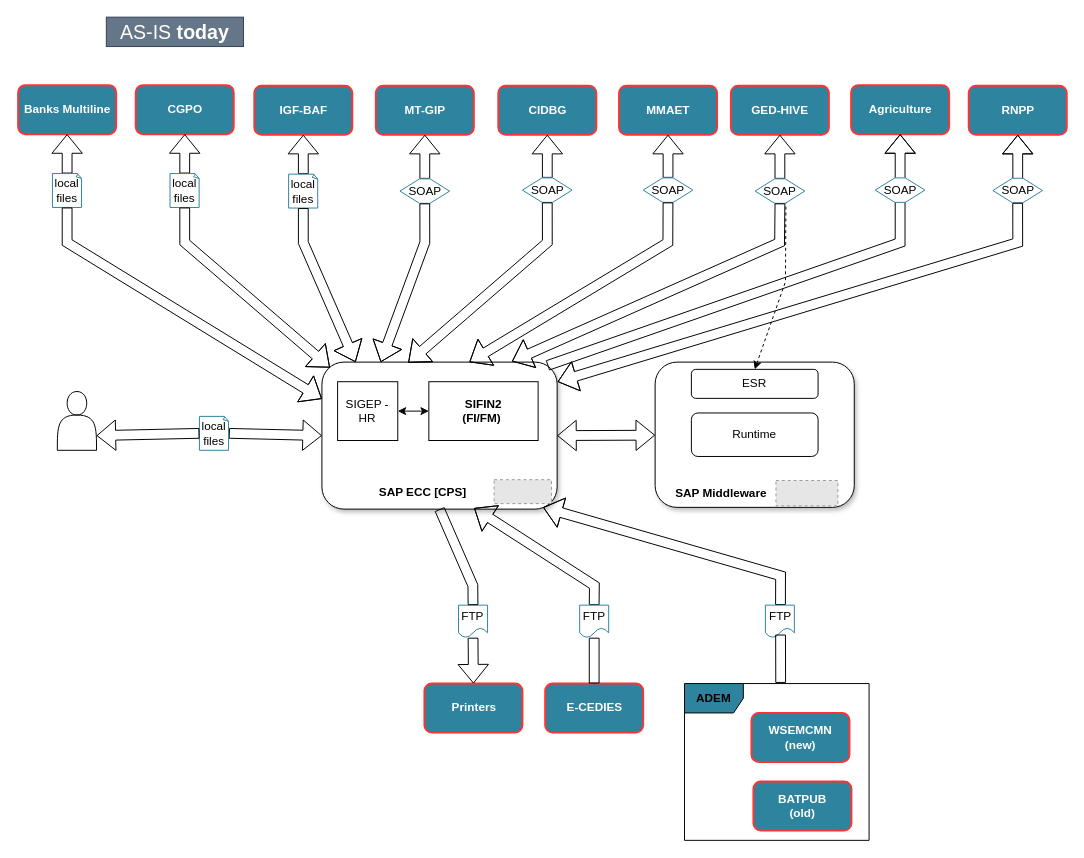
Before: page "AsIs-Today" (1 of 3) of my_diagram.drawio in efelman/my_diagrams, a draw.io diagram. Source tidied: cells renumbered, new cells numbered last; positions are measured from the earlier drawing's top-left corner, leaving out a move shared by most shapes. Both pictures are drawn from the tidied source at 98%, with x=0, y=0 at pixel (18, 17). Pictures stored in the file or linked from it are replaced by grey dashed boxes.
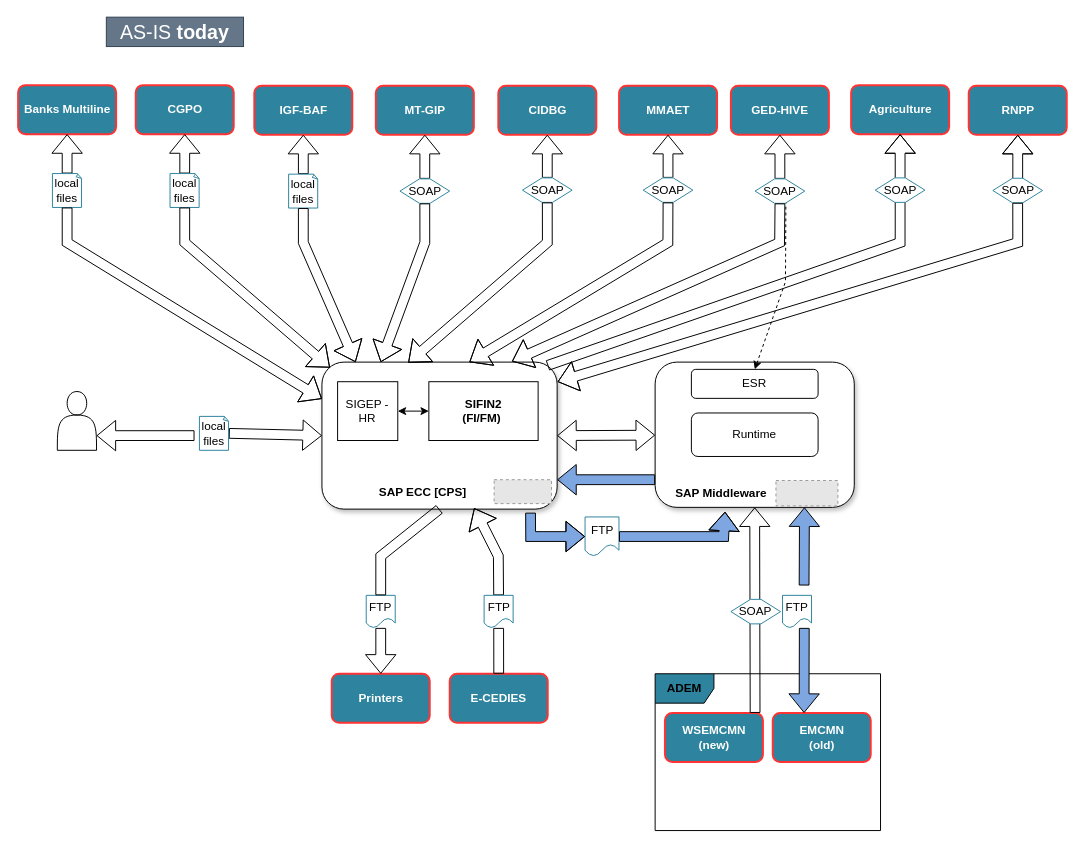
The same diagram, later.

Unchanged cells that the change refers to:
```xml
<mxCell id="3" style="group;" parent="1" vertex="1">
  <mxGeometry x="310" y="250" width="550" height="250.2" as="geometry" />
</mxCell>
<mxCell id="5" style="rounded=1;whiteSpace=wrap;html=1;shadow=1;" parent="4" vertex="1">
  <mxGeometry width="203.2" height="148.2" as="geometry" />
</mxCell>
<mxCell id="11" style="shape=actor;whiteSpace=wrap;html=1;" parent="1" vertex="1">
  <mxGeometry x="40" y="382" width="40" height="60" as="geometry" />
</mxCell>
<mxCell id="14" style="rounded=1;whiteSpace=wrap;html=1;shadow=1;glass=0;sketch=0;" parent="13" vertex="1">
  <mxGeometry width="240" height="150" as="geometry" />
</mxCell>
<mxCell id="53" value="local files" style="whiteSpace=wrap;html=1;shape=mxgraph.basic.document;strokeColor=#2E849E;" parent="1" vertex="1">
  <mxGeometry x="185" y="407.4" width="30" height="34.6" as="geometry" />
</mxCell>
```

What changed in the source:
```diff
@@
+    <mxCell id="73" style="shape=flexArrow;endArrow=classic;html=1;rounded=0;fontColor=#FFFFFF;fillColor=#7EA6E0;" parent="3" edge="1">
+      <mxGeometry relative="1" as="geometry">
+        <mxPoint x="340" y="222" as="sourcePoint" />
+        <mxPoint x="240" y="222" as="targetPoint" />
+      </mxGeometry>
+    </mxCell>
@@
     <mxCell id="48" style="group;" parent="1" vertex="1">
-      <mxGeometry x="680" y="680" width="188.3" height="160" as="geometry" />
+      <mxGeometry x="650" y="670" width="230" height="160" as="geometry" />
     </mxCell>
     <mxCell id="49" value="&lt;b&gt;ADEM&lt;/b&gt;" style="shape=umlFrame;whiteSpace=wrap;html=1;fillColor=#2E849E;" parent="48" vertex="1">
-      <mxGeometry width="188.3" height="160" as="geometry" />
+      <mxGeometry width="230" height="160" as="geometry" />
     </mxCell>
     <mxCell id="50" value="&lt;font color=&quot;#ffffff&quot;&gt;WSEMCMN&lt;br&gt;(new)&lt;/font&gt;" style="dashed=0;html=1;rounded=1;fillColor=#2E849E;strokeColor=#FF3333;fontSize=12;align=center;fontStyle=1;strokeWidth=2;fontColor=#42526E;" parent="48" vertex="1">
-      <mxGeometry x="68.3" y="30" width="100" height="50" as="geometry" />
+      <mxGeometry x="10" y="40" width="100" height="50" as="geometry" />
     </mxCell>
-    <mxCell id="51" value="&lt;font color=&quot;#ffffff&quot;&gt;BATPUB&lt;br&gt;(old)&lt;/font&gt;" style="dashed=0;html=1;rounded=1;fillColor=#2E849E;strokeColor=#FF3333;fontSize=12;align=center;fontStyle=1;strokeWidth=2;fontColor=#42526E;" parent="48" vertex="1">
-      <mxGeometry x="70.3" y="100" width="100" height="50" as="geometry" />
+    <mxCell id="51" value="&lt;font color=&quot;#ffffff&quot;&gt;EMCMN&lt;br&gt;(old)&lt;/font&gt;" style="dashed=0;html=1;rounded=1;fillColor=#2E849E;strokeColor=#FF3333;fontSize=12;align=center;fontStyle=1;strokeWidth=2;fontColor=#42526E;" parent="48" vertex="1">
+      <mxGeometry x="120" y="40" width="100" height="50" as="geometry" />
     </mxCell>
@@
-    <mxCell id="54" style="shape=flexArrow;endArrow=none;startArrow=classic;html=1;rounded=0;fontColor=#FFFFFF;entryX=0;entryY=0.5;entryDx=0;entryDy=0;exitX=1;exitY=0.75;exitDx=0;exitDy=0;" parent="1" edge="1" source="11" target="53">
-      <mxGeometry relative="1" as="geometry" />
+    <mxCell id="54" style="shape=flexArrow;endArrow=none;startArrow=classic;html=1;rounded=0;fontColor=#FFFFFF;exitX=1;exitY=0.75;exitDx=0;exitDy=0;" parent="1" edge="1" source="11">
+      <mxGeometry relative="1" as="geometry">
+        <mxPoint x="180" y="427" as="targetPoint" />
+      </mxGeometry>
     </mxCell>
@@
     <mxCell id="62" value="&lt;font color=&quot;#ffffff&quot;&gt;Printers&lt;/font&gt;" style="dashed=0;html=1;rounded=1;fillColor=#2E849E;strokeColor=#FF3333;fontSize=12;align=center;fontStyle=1;strokeWidth=2;fontColor=#42526E;" parent="1" vertex="1">
-      <mxGeometry x="414.6" y="680" width="100" height="50" as="geometry" />
+      <mxGeometry x="320" y="670" width="100" height="50" as="geometry" />
     </mxCell>
@@
     <mxCell id="64" value="FTP" style="shape=document;whiteSpace=wrap;html=1;boundedLbl=1;fillColor=#FFFFFF;strokeColor=#2E849E;" parent="1" vertex="1">
-      <mxGeometry x="449.4" y="600" width="29.6" height="33.2" as="geometry" />
+      <mxGeometry x="355.2" y="590" width="29.6" height="33.2" as="geometry" />
     </mxCell>
     <mxCell id="65" style="shape=flexArrow;endArrow=none;html=1;rounded=0;fontColor=#FFFFFF;entryX=0.5;entryY=0;entryDx=0;entryDy=0;exitX=0.5;exitY=1;exitDx=0;exitDy=0;" parent="1" edge="1" source="14" target="64">
       <mxGeometry relative="1" as="geometry">
         <Array as="points">
-          <mxPoint x="464" y="580" />
+          <mxPoint x="370" y="550" />
         </Array>
       </mxGeometry>
     </mxCell>
     <mxCell id="66" value="&lt;font color=&quot;#ffffff&quot;&gt;E-CEDIES&lt;/font&gt;" style="dashed=0;html=1;rounded=1;fillColor=#2E849E;strokeColor=#FF3333;fontSize=12;align=center;fontStyle=1;strokeWidth=2;fontColor=#42526E;" parent="1" vertex="1">
-      <mxGeometry x="537.8" y="680" width="100" height="50" as="geometry" />
+      <mxGeometry x="440.4" y="670" width="100" height="50" as="geometry" />
     </mxCell>
     <mxCell id="67" style="shape=flexArrow;endArrow=classic;html=1;rounded=0;fontColor=#FFFFFF;entryX=0.647;entryY=0.993;entryDx=0;entryDy=0;entryPerimeter=0;exitX=0.5;exitY=0;exitDx=0;exitDy=0;startArrow=none;" parent="1" edge="1" source="68" target="14">
       <mxGeometry relative="1" as="geometry">
         <Array as="points">
-          <mxPoint x="588" y="580" />
+          <mxPoint x="490" y="550" />
         </Array>
       </mxGeometry>
     </mxCell>
     <mxCell id="68" value="FTP" style="shape=document;whiteSpace=wrap;html=1;boundedLbl=1;fillColor=#FFFFFF;strokeColor=#2E849E;" parent="1" vertex="1">
-      <mxGeometry x="573" y="600" width="29.6" height="33.2" as="geometry" />
+      <mxGeometry x="475.5" y="590" width="29.6" height="33.2" as="geometry" />
     </mxCell>
@@
-    <mxCell id="70" style="shape=flexArrow;endArrow=classic;html=1;rounded=0;fontColor=#FFFFFF;entryX=0.94;entryY=0.988;entryDx=0;entryDy=0;entryPerimeter=0;exitX=0.521;exitY=-0.004;exitDx=0;exitDy=0;exitPerimeter=0;startArrow=none;" parent="1" edge="1" source="71" target="14">
-      <mxGeometry relative="1" as="geometry">
-        <Array as="points">
-          <mxPoint x="778" y="570" />
-        </Array>
-      </mxGeometry>
-    </mxCell>
+    <mxCell id="74" value="FTP" style="shape=document;whiteSpace=wrap;html=1;boundedLbl=1;fillColor=#FFFFFF;strokeColor=#2E849E;" parent="1" vertex="1">
+      <mxGeometry x="578.5" y="510" width="34.6" height="40" as="geometry" />
+    </mxCell>
+    <mxCell id="75" style="shape=flexArrow;endArrow=classic;html=1;rounded=0;fontColor=#FFFFFF;fillColor=#7EA6E0;exitX=0.887;exitY=1.024;exitDx=0;exitDy=0;exitPerimeter=0;entryX=0;entryY=0.5;entryDx=0;entryDy=0;" parent="1" edge="1" source="14" target="74">
+      <mxGeometry relative="1" as="geometry">
+        <Array as="points">
+          <mxPoint x="523" y="530" />
+        </Array>
+      </mxGeometry>
+    </mxCell>
+    <mxCell id="76" style="shape=flexArrow;endArrow=classic;html=1;rounded=0;fontColor=#FFFFFF;fillColor=#7EA6E0;exitX=1;exitY=0.5;exitDx=0;exitDy=0;entryX=0.351;entryY=1.03;entryDx=0;entryDy=0;entryPerimeter=0;" parent="1" edge="1" source="74" target="5">
+      <mxGeometry relative="1" as="geometry">
+        <Array as="points">
+          <mxPoint x="720" y="530" />
+        </Array>
+      </mxGeometry>
+    </mxCell>
+    <mxCell id="77" style="shape=flexArrow;endArrow=classic;startArrow=none;html=1;rounded=0;fontColor=#FFFFFF;fillColor=#7EA6E0;entryX=0.75;entryY=1;entryDx=0;entryDy=0;" parent="1" edge="1" target="5">
+      <mxGeometry relative="1" as="geometry">
+        <mxPoint x="802" y="580" as="sourcePoint" />
+      </mxGeometry>
+    </mxCell>
     <mxCell id="71" value="FTP" style="shape=document;whiteSpace=wrap;html=1;boundedLbl=1;fillColor=#FFFFFF;strokeColor=#2E849E;" parent="1" vertex="1">
-      <mxGeometry x="762.5" y="600" width="29.6" height="33.2" as="geometry" />
+      <mxGeometry x="780" y="590" width="29.6" height="33.2" as="geometry" />
     </mxCell>
-    <mxCell id="72" style="shape=flexArrow;endArrow=none;html=1;rounded=0;fontColor=#FFFFFF;exitX=0.521;exitY=-0.004;exitDx=0;exitDy=0;exitPerimeter=0;" parent="1" edge="1" source="49">
-      <mxGeometry relative="1" as="geometry">
-        <mxPoint x="778" y="630" as="targetPoint" />
-      </mxGeometry>
-    </mxCell>
+    <mxCell id="78" style="shape=flexArrow;endArrow=none;startArrow=classic;html=1;rounded=0;fontColor=#FFFFFF;fillColor=#7EA6E0;entryX=0.75;entryY=1;entryDx=0;entryDy=0;" parent="1" edge="1" target="71">
+      <mxGeometry relative="1" as="geometry">
+        <mxPoint x="802" y="710" as="sourcePoint" />
+      </mxGeometry>
+    </mxCell>
+    <mxCell id="79" style="shape=flexArrow;endArrow=classic;html=1;rounded=0;fontColor=#FFFFFF;fillColor=none;entryX=0.5;entryY=1;entryDx=0;entryDy=0;" parent="1" edge="1" target="5">
+      <mxGeometry relative="1" as="geometry">
+        <mxPoint x="752" y="710" as="sourcePoint" />
+      </mxGeometry>
+    </mxCell>
+    <mxCell id="80" value="SOAP" style="shape=hexagon;perimeter=hexagonPerimeter2;whiteSpace=wrap;html=1;fixedSize=1;strokeColor=#2E849E;" parent="1" vertex="1">
+      <mxGeometry x="727.3" y="594.1" width="50.7" height="25" as="geometry" />
+    </mxCell>
```
